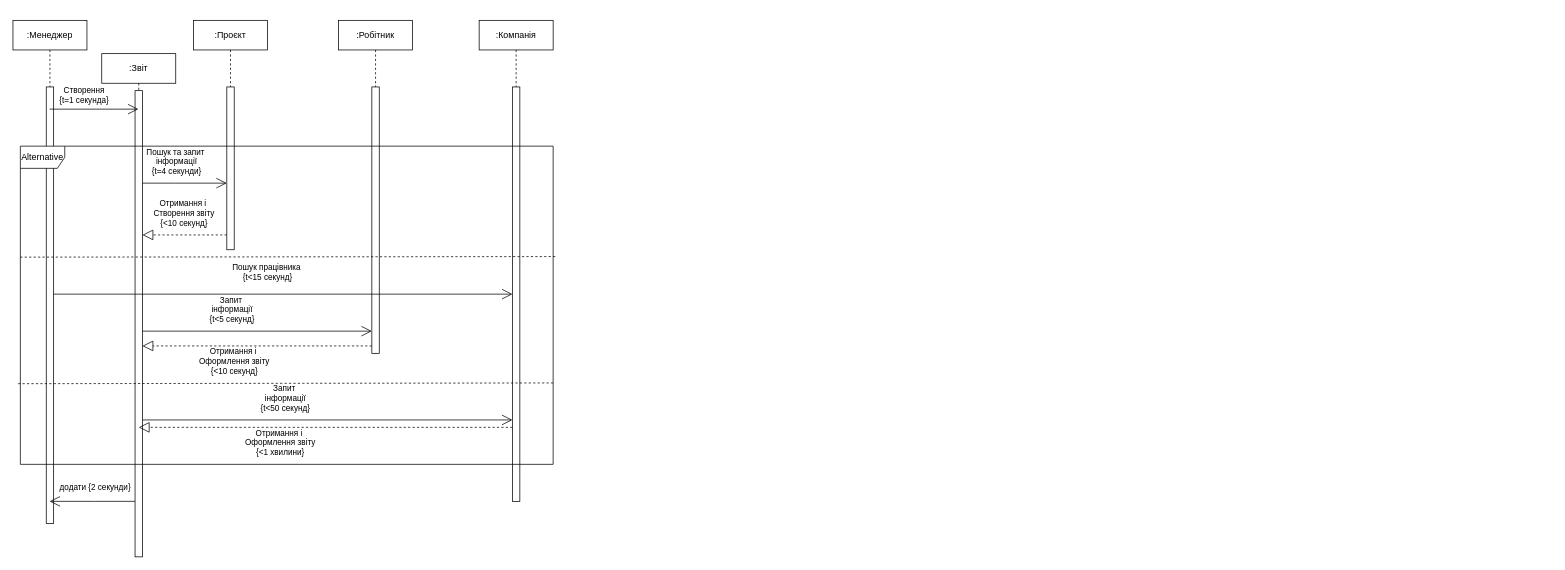
Before: Діаграма послідовності.drawio in OleksandrPanasenko/AIS_projects-for-university-, a draw.io diagram. Source tidied: cells renumbered, new cells numbered last; positions are measured from the earlier drawing's top-left corner, leaving out a move shared by most shapes. Both pictures are drawn from the tidied source at 74%, with x=0, y=0 at pixel (13, 20).
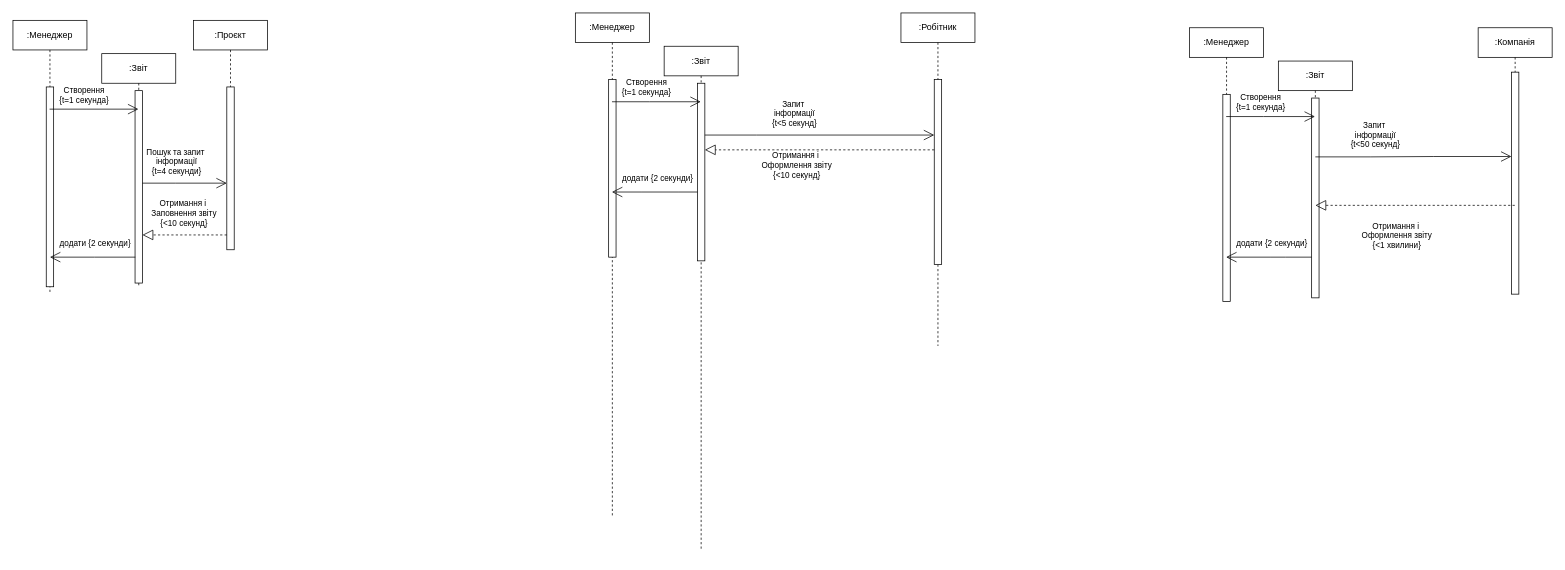
The same diagram, later.

Unchanged cells that the change refers to:
```xml
<mxCell id="21" style="endArrow=block;dashed=1;endFill=0;endSize=12;html=1;rounded=0;" parent="1" edge="1" source="9" target="11">
  <mxGeometry relative="1" as="geometry">
    <Array as="points">
      <mxPoint x="240" y="290" />
    </Array>
  </mxGeometry>
</mxCell>
```

What changed in the source:
```diff
@@
     <mxCell id="2" value=":Менеджер" style="shape=umlLifeline;perimeter=lifelinePerimeter;whiteSpace=wrap;html=1;outlineConnect=0;portConstraint=eastwest;newEdgeStyle={&quot;curved&quot;:0,&quot;rounded&quot;:0};" parent="1" vertex="1">
-      <mxGeometry width="100" height="680" as="geometry" />
+      <mxGeometry width="100" height="370" as="geometry" />
     </mxCell>
     <mxCell id="3" style="html=1;points=[[0,0,0,0,5],[0,1,0,0,-5],[1,0,0,0,5],[1,1,0,0,-5]];perimeter=orthogonalPerimeter;outlineConnect=0;targetShapes=umlLifeline;portConstraint=eastwest;newEdgeStyle={&quot;curved&quot;:0,&quot;rounded&quot;:0};" parent="2" vertex="1">
-      <mxGeometry x="45" y="90" width="10" height="590" as="geometry" />
+      <mxGeometry x="45" y="90" width="10" height="270" as="geometry" />
     </mxCell>
-    <mxCell id="4" value=":Робітник" style="shape=umlLifeline;perimeter=lifelinePerimeter;whiteSpace=wrap;html=1;newEdgeStyle={&quot;curved&quot;:0,&quot;rounded&quot;:0};" parent="1" vertex="1">
-      <mxGeometry x="440" width="100" height="450" as="geometry" />
-    </mxCell>
-    <mxCell id="5" style="html=1;points=[[0,0,0,0,5],[0,1,0,0,-5],[1,0,0,0,5],[1,1,0,0,-5]];perimeter=orthogonalPerimeter;outlineConnect=0;targetShapes=umlLifeline;portConstraint=eastwest;newEdgeStyle={&quot;curved&quot;:0,&quot;rounded&quot;:0};" parent="4" vertex="1">
-      <mxGeometry x="45" y="90" width="10" height="360" as="geometry" />
-    </mxCell>
-    <mxCell id="6" value=":Компанія" style="shape=umlLifeline;perimeter=lifelinePerimeter;whiteSpace=wrap;html=1;outlineConnect=0;portConstraint=eastwest;newEdgeStyle={&quot;curved&quot;:0,&quot;rounded&quot;:0};" parent="1" vertex="1">
-      <mxGeometry x="630" width="100" height="650" as="geometry" />
-    </mxCell>
-    <mxCell id="7" style="html=1;points=[[0,0,0,0,5],[0,1,0,0,-5],[1,0,0,0,5],[1,1,0,0,-5]];perimeter=orthogonalPerimeter;outlineConnect=0;targetShapes=umlLifeline;portConstraint=eastwest;newEdgeStyle={&quot;curved&quot;:0,&quot;rounded&quot;:0};" parent="6" vertex="1">
-      <mxGeometry x="45" y="90" width="10" height="560" as="geometry" />
-    </mxCell>
@@
     <mxCell id="10" value=":Звіт" style="shape=umlLifeline;perimeter=lifelinePerimeter;whiteSpace=wrap;html=1;outlineConnect=0;portConstraint=eastwest;newEdgeStyle={&quot;curved&quot;:0,&quot;rounded&quot;:0};" parent="1" vertex="1">
-      <mxGeometry x="120" y="45" width="100" height="680" as="geometry" />
+      <mxGeometry x="120" y="45" width="100" height="315" as="geometry" />
     </mxCell>
     <mxCell id="11" style="html=1;points=[[0,0,0,0,5],[0,1,0,0,-5],[1,0,0,0,5],[1,1,0,0,-5]];perimeter=orthogonalPerimeter;outlineConnect=0;targetShapes=umlLifeline;portConstraint=eastwest;newEdgeStyle={&quot;curved&quot;:0,&quot;rounded&quot;:0};" parent="10" vertex="1">
-      <mxGeometry x="45" y="50" width="10" height="630" as="geometry" />
+      <mxGeometry x="45" y="50" width="10" height="260" as="geometry" />
     </mxCell>
-    <mxCell id="12" value="Alternative" style="shape=umlFrame;whiteSpace=wrap;html=1;" parent="1" vertex="1">
-      <mxGeometry x="10" y="170" width="720" height="430" as="geometry" />
-    </mxCell>
-    <mxCell id="13" style="html=1;verticalAlign=bottom;endArrow=none;dashed=1;endSize=8;curved=0;rounded=0;endFill=0;exitX=1.004;exitY=0.347;exitDx=0;exitDy=0;exitPerimeter=0;" parent="1" edge="1" source="12">
-      <mxGeometry relative="1" as="geometry">
-        <mxPoint x="10" y="320" as="targetPoint" />
-      </mxGeometry>
-    </mxCell>
@@
-    <mxCell id="16" style="endArrow=open;endFill=1;endSize=12;html=1;rounded=0;" parent="1" edge="1" source="11" target="2">
+    <mxCell id="16" style="endArrow=open;endFill=1;endSize=12;html=1;rounded=0;" parent="1" edge="1">
       <mxGeometry relative="1" as="geometry">
+        <mxPoint x="165.4" y="320" as="sourcePoint" />
+        <mxPoint x="50" y="320" as="targetPoint" />
         <Array as="points">
-          <mxPoint x="110" y="650" />
+          <mxPoint x="110.4" y="320" />
         </Array>
       </mxGeometry>
     </mxCell>
@@
-    <mxCell id="18" style="html=1;verticalAlign=bottom;endArrow=none;dashed=1;endSize=8;curved=0;rounded=0;endFill=0;exitX=1.004;exitY=0.347;exitDx=0;exitDy=0;exitPerimeter=0;" parent="1" edge="1">
-      <mxGeometry relative="1" as="geometry">
-        <mxPoint x="730" y="490" as="sourcePoint" />
-        <mxPoint x="7" y="491" as="targetPoint" />
-      </mxGeometry>
-    </mxCell>
@@
-    <mxCell id="22" value="Отримання і&amp;nbsp;&lt;div&gt;Створення звіту&lt;/div&gt;&lt;div&gt;{&amp;lt;10 секунд}&lt;/div&gt;" style="edgeLabel;html=1;align=center;verticalAlign=middle;" parent="21" vertex="1">
+    <mxCell id="22" value="Отримання і&amp;nbsp;&lt;div&gt;Заповнення звіту&lt;/div&gt;&lt;div&gt;{&amp;lt;10 секунд}&lt;/div&gt;" style="edgeLabel;html=1;align=center;verticalAlign=middle;" parent="21" vertex="1">
       <mxGeometry x="0.31" y="-2" relative="1" as="geometry">
         <mxPoint x="16" y="-28" as="offset" />
       </mxGeometry>
     </mxCell>
-    <mxCell id="23" style="endArrow=open;endFill=1;endSize=12;html=1;rounded=0;" parent="1" edge="1" source="3" target="7">
-      <mxGeometry relative="1" as="geometry">
-        <Array as="points">
-          <mxPoint x="95" y="370" />
-          <mxPoint x="105" y="370" />
-        </Array>
-      </mxGeometry>
-    </mxCell>
-    <mxCell id="24" value="Пошук працівника&amp;nbsp;&lt;div&gt;&lt;div&gt;{t&amp;lt;15 секунд}&lt;/div&gt;&lt;/div&gt;" style="edgeLabel;html=1;align=center;verticalAlign=middle;" parent="23" vertex="1">
-      <mxGeometry x="-0.24" y="-1" relative="1" as="geometry">
-        <mxPoint x="52" y="-31" as="offset" />
-      </mxGeometry>
-    </mxCell>
-    <mxCell id="25" style="endArrow=open;endFill=1;endSize=12;html=1;rounded=0;" parent="1" edge="1" source="11" target="5">
-      <mxGeometry relative="1" as="geometry">
-        <Array as="points">
-          <mxPoint x="245" y="420" />
-        </Array>
-      </mxGeometry>
-    </mxCell>
+    <mxCell id="33" value=":Менеджер" style="shape=umlLifeline;perimeter=lifelinePerimeter;whiteSpace=wrap;html=1;outlineConnect=0;portConstraint=eastwest;newEdgeStyle={&quot;curved&quot;:0,&quot;rounded&quot;:0};" parent="1" vertex="1">
+      <mxGeometry x="760" y="-10" width="100" height="680" as="geometry" />
+    </mxCell>
+    <mxCell id="34" style="html=1;perimeter=orthogonalPerimeter;targetShapes=umlLifeline;newEdgeStyle={&quot;curved&quot;:0,&quot;rounded&quot;:0};" parent="33" vertex="1">
+      <mxGeometry x="45" y="90" width="10" height="240" as="geometry" />
+    </mxCell>
+    <mxCell id="4" value=":Робітник" style="shape=umlLifeline;perimeter=lifelinePerimeter;whiteSpace=wrap;html=1;newEdgeStyle={&quot;curved&quot;:0,&quot;rounded&quot;:0};" parent="1" vertex="1">
+      <mxGeometry x="1200" y="-10" width="100" height="450" as="geometry" />
+    </mxCell>
+    <mxCell id="35" style="html=1;perimeter=orthogonalPerimeter;targetShapes=umlLifeline;newEdgeStyle={&quot;curved&quot;:0,&quot;rounded&quot;:0};" parent="4" vertex="1">
+      <mxGeometry x="45" y="90" width="10" height="250" as="geometry" />
+    </mxCell>
+    <mxCell id="36" value=":Звіт" style="shape=umlLifeline;perimeter=lifelinePerimeter;whiteSpace=wrap;html=1;outlineConnect=0;portConstraint=eastwest;newEdgeStyle={&quot;curved&quot;:0,&quot;rounded&quot;:0};" parent="1" vertex="1">
+      <mxGeometry x="880" y="35" width="100" height="680" as="geometry" />
+    </mxCell>
+    <mxCell id="37" style="html=1;perimeter=orthogonalPerimeter;targetShapes=umlLifeline;newEdgeStyle={&quot;curved&quot;:0,&quot;rounded&quot;:0};" parent="36" vertex="1">
+      <mxGeometry x="45" y="50" width="10" height="240" as="geometry" />
+    </mxCell>
+    <mxCell id="38" style="endArrow=open;endFill=1;endSize=12;html=1;rounded=0;" parent="1" edge="1" source="33" target="36">
+      <mxGeometry relative="1" as="geometry">
+        <Array as="points">
+          <mxPoint x="860" y="110" />
+        </Array>
+      </mxGeometry>
+    </mxCell>
+    <mxCell id="39" value="Створення&lt;div&gt;{t=1 секунда}&lt;/div&gt;" style="edgeLabel;html=1;align=center;verticalAlign=middle;" parent="38" vertex="1">
+      <mxGeometry x="-0.24" y="-1" relative="1" as="geometry">
+        <mxPoint y="-21" as="offset" />
+      </mxGeometry>
+    </mxCell>
+    <mxCell id="40" style="endArrow=open;endFill=1;endSize=12;html=1;rounded=0;" parent="1" edge="1">
+      <mxGeometry relative="1" as="geometry">
+        <mxPoint x="925" y="232" as="sourcePoint" />
+        <mxPoint x="809.4" y="232" as="targetPoint" />
+        <Array as="points">
+          <mxPoint x="900" y="232" />
+          <mxPoint x="850" y="232" />
+        </Array>
+      </mxGeometry>
+    </mxCell>
+    <mxCell id="41" value="додати {2 секунди}" style="edgeLabel;html=1;align=center;verticalAlign=middle;" parent="40" vertex="1">
+      <mxGeometry x="0.28" y="1" relative="1" as="geometry">
+        <mxPoint x="19" y="-21" as="offset" />
+      </mxGeometry>
+    </mxCell>
+    <mxCell id="42" style="endArrow=open;endFill=1;endSize=12;html=1;rounded=0;" parent="1" edge="1">
+      <mxGeometry relative="1" as="geometry">
+        <mxPoint x="935" y="155" as="sourcePoint" />
+        <mxPoint x="1245" y="155" as="targetPoint" />
+        <Array as="points">
+          <mxPoint x="1005" y="155" />
+        </Array>
+      </mxGeometry>
+    </mxCell>
-    <mxCell id="26" value="Запит&amp;nbsp;&lt;div&gt;інформації&lt;div&gt;{t&amp;lt;5 секунд}&lt;/div&gt;&lt;/div&gt;" style="edgeLabel;html=1;align=center;verticalAlign=middle;" parent="25" vertex="1">
+    <mxCell id="26" value="Запит&amp;nbsp;&lt;div&gt;інформації&lt;div&gt;{t&amp;lt;5 секунд}&lt;/div&gt;&lt;/div&gt;" style="edgeLabel;html=1;align=center;verticalAlign=middle;" parent="42" vertex="1">
       <mxGeometry x="-0.24" y="-1" relative="1" as="geometry">
         <mxPoint x="2" y="-31" as="offset" />
       </mxGeometry>
     </mxCell>
-    <mxCell id="27" style="endArrow=block;dashed=1;endFill=0;endSize=12;html=1;rounded=0;" parent="1" edge="1" source="5" target="11">
-      <mxGeometry relative="1" as="geometry">
-        <Array as="points">
-          <mxPoint x="425" y="440" />
-        </Array>
-      </mxGeometry>
-    </mxCell>
+    <mxCell id="43" style="endArrow=block;dashed=1;endFill=0;endSize=12;html=1;rounded=0;" parent="1" edge="1">
+      <mxGeometry relative="1" as="geometry">
+        <mxPoint x="1245" y="175" as="sourcePoint" />
+        <mxPoint x="935" y="175" as="targetPoint" />
+        <Array as="points">
+          <mxPoint x="1185" y="175" />
+        </Array>
+      </mxGeometry>
+    </mxCell>
-    <mxCell id="28" value="Отримання і&amp;nbsp;&lt;div&gt;Оформлення звіту&lt;/div&gt;&lt;div&gt;{&amp;lt;10 секунд}&lt;/div&gt;" style="edgeLabel;html=1;align=center;verticalAlign=middle;" parent="27" vertex="1">
+    <mxCell id="28" value="Отримання і&amp;nbsp;&lt;div&gt;Оформлення звіту&lt;/div&gt;&lt;div&gt;{&amp;lt;10 секунд}&lt;/div&gt;" style="edgeLabel;html=1;align=center;verticalAlign=middle;" parent="43" vertex="1">
       <mxGeometry x="0.31" y="-2" relative="1" as="geometry">
         <mxPoint x="16" y="22" as="offset" />
       </mxGeometry>
     </mxCell>
-    <mxCell id="29" style="endArrow=open;endFill=1;endSize=12;html=1;rounded=0;" parent="1" edge="1">
-      <mxGeometry relative="1" as="geometry">
-        <mxPoint x="175" y="540" as="sourcePoint" />
-        <mxPoint x="675" y="540" as="targetPoint" />
-        <Array as="points">
-          <mxPoint x="250" y="540" />
-          <mxPoint x="470" y="540" />
-        </Array>
-      </mxGeometry>
-    </mxCell>
+    <mxCell id="44" value=":Менеджер" style="shape=umlLifeline;perimeter=lifelinePerimeter;whiteSpace=wrap;html=1;outlineConnect=0;portConstraint=eastwest;newEdgeStyle={&quot;curved&quot;:0,&quot;rounded&quot;:0};" parent="1" vertex="1">
+      <mxGeometry x="1590" y="10" width="100" height="370" as="geometry" />
+    </mxCell>
+    <mxCell id="45" style="html=1;perimeter=orthogonalPerimeter;targetShapes=umlLifeline;newEdgeStyle={&quot;curved&quot;:0,&quot;rounded&quot;:0};" parent="44" vertex="1">
+      <mxGeometry x="45" y="90" width="10" height="280" as="geometry" />
+    </mxCell>
+    <mxCell id="6" value=":Компанія" style="shape=umlLifeline;perimeter=lifelinePerimeter;whiteSpace=wrap;html=1;outlineConnect=0;portConstraint=eastwest;newEdgeStyle={&quot;curved&quot;:0,&quot;rounded&quot;:0};" parent="1" vertex="1">
+      <mxGeometry x="1980" y="10" width="100" height="340" as="geometry" />
+    </mxCell>
+    <mxCell id="46" style="html=1;points=[[0,0,0,0,5],[0,1,0,0,-5],[1,0,0,0,5],[1,1,0,0,-5]];perimeter=orthogonalPerimeter;outlineConnect=0;targetShapes=umlLifeline;portConstraint=eastwest;newEdgeStyle={&quot;curved&quot;:0,&quot;rounded&quot;:0};" parent="6" vertex="1">
+      <mxGeometry x="45" y="60" width="10" height="300" as="geometry" />
+    </mxCell>
+    <mxCell id="47" value=":Звіт" style="shape=umlLifeline;perimeter=lifelinePerimeter;whiteSpace=wrap;html=1;outlineConnect=0;portConstraint=eastwest;newEdgeStyle={&quot;curved&quot;:0,&quot;rounded&quot;:0};" parent="1" vertex="1">
+      <mxGeometry x="1710" y="55" width="100" height="285" as="geometry" />
+    </mxCell>
+    <mxCell id="48" style="html=1;perimeter=orthogonalPerimeter;targetShapes=umlLifeline;newEdgeStyle={&quot;curved&quot;:0,&quot;rounded&quot;:0};" parent="47" vertex="1">
+      <mxGeometry x="45" y="50" width="10" height="270" as="geometry" />
+    </mxCell>
+    <mxCell id="49" style="endArrow=open;endFill=1;endSize=12;html=1;rounded=0;" parent="1" edge="1" source="44" target="47">
+      <mxGeometry relative="1" as="geometry">
+        <Array as="points">
+          <mxPoint x="1690" y="130" />
+        </Array>
+      </mxGeometry>
+    </mxCell>
+    <mxCell id="50" value="Створення&lt;div&gt;{t=1 секунда}&lt;/div&gt;" style="edgeLabel;html=1;align=center;verticalAlign=middle;" parent="49" vertex="1">
+      <mxGeometry x="-0.24" y="-1" relative="1" as="geometry">
+        <mxPoint y="-21" as="offset" />
+      </mxGeometry>
+    </mxCell>
+    <mxCell id="51" style="endArrow=open;endFill=1;endSize=12;html=1;rounded=0;" parent="1" edge="1">
+      <mxGeometry relative="1" as="geometry">
+        <mxPoint x="1755" y="320" as="sourcePoint" />
+        <mxPoint x="1639.4" y="320" as="targetPoint" />
+        <Array as="points">
+          <mxPoint x="1720" y="320" />
+          <mxPoint x="1700" y="320" />
+        </Array>
+      </mxGeometry>
+    </mxCell>
+    <mxCell id="52" value="додати {2 секунди}" style="edgeLabel;html=1;align=center;verticalAlign=middle;" parent="51" vertex="1">
+      <mxGeometry x="0.28" y="1" relative="1" as="geometry">
+        <mxPoint x="19" y="-21" as="offset" />
+      </mxGeometry>
+    </mxCell>
+    <mxCell id="53" style="endArrow=open;endFill=1;endSize=12;html=1;rounded=0;" parent="1" edge="1" target="46">
+      <mxGeometry relative="1" as="geometry">
+        <mxPoint x="1760" y="184.5" as="sourcePoint" />
+        <Array as="points">
+          <mxPoint x="1835" y="184.5" />
+          <mxPoint x="1920" y="184" />
+        </Array>
+      </mxGeometry>
+    </mxCell>
-    <mxCell id="30" value="Запит&amp;nbsp;&lt;div&gt;інформації&lt;div&gt;{t&amp;lt;50 секунд}&lt;/div&gt;&lt;/div&gt;" style="edgeLabel;html=1;align=center;verticalAlign=middle;" parent="29" vertex="1">
+    <mxCell id="30" value="Запит&amp;nbsp;&lt;div&gt;інформації&lt;div&gt;{t&amp;lt;50 секунд}&lt;/div&gt;&lt;/div&gt;" style="edgeLabel;html=1;align=center;verticalAlign=middle;" parent="53" vertex="1">
       <mxGeometry x="-0.24" y="-1" relative="1" as="geometry">
-        <mxPoint x="2" y="-31" as="offset" />
+        <mxPoint x="-21" y="-31" as="offset" />
       </mxGeometry>
     </mxCell>
-    <mxCell id="31" style="endArrow=block;dashed=1;endFill=0;endSize=12;html=1;rounded=0;" parent="1" edge="1">
-      <mxGeometry relative="1" as="geometry">
-        <mxPoint x="675" y="550" as="sourcePoint" />
-        <mxPoint x="170" y="550" as="targetPoint" />
-        <Array as="points">
-          <mxPoint x="420" y="550" />
-        </Array>
-      </mxGeometry>
-    </mxCell>
+    <mxCell id="54" style="endArrow=block;dashed=1;endFill=0;endSize=12;html=1;rounded=0;" parent="1" edge="1" source="6">
+      <mxGeometry relative="1" as="geometry">
+        <mxPoint x="1760" y="250" as="targetPoint" />
+        <Array as="points">
+          <mxPoint x="2010" y="250" />
+        </Array>
+      </mxGeometry>
+    </mxCell>
-    <mxCell id="32" value="Отримання і&amp;nbsp;&lt;div&gt;Оформлення звіту&lt;/div&gt;&lt;div&gt;{&amp;lt;1 хвилини}&lt;/div&gt;" style="edgeLabel;html=1;align=center;verticalAlign=middle;" parent="31" vertex="1">
+    <mxCell id="32" value="Отримання і&amp;nbsp;&lt;div&gt;Оформлення звіту&lt;/div&gt;&lt;div&gt;{&amp;lt;1 хвилини}&lt;/div&gt;" style="edgeLabel;html=1;align=center;verticalAlign=middle;" parent="54" vertex="1">
       <mxGeometry x="0.31" y="-2" relative="1" as="geometry">
-        <mxPoint x="16" y="22" as="offset" />
+        <mxPoint x="17" y="42" as="offset" />
       </mxGeometry>
     </mxCell>
```
